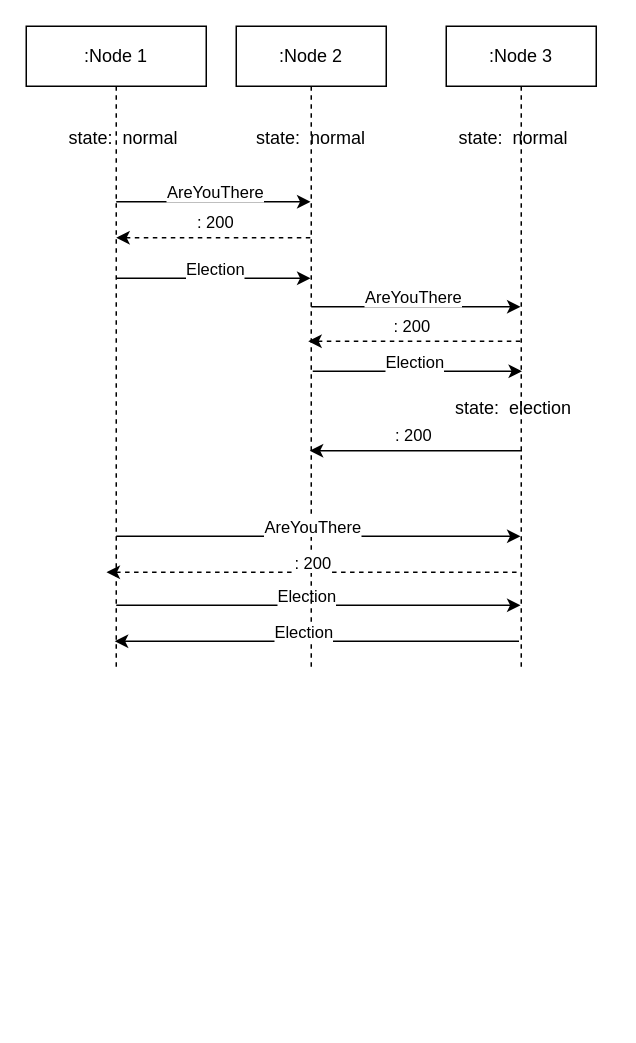
Before: page "sd-bully-algorithm" (2 of 3) of files/diagrams.drawio in mlRosenquist/au-distributed-and-pervasive-systems-grp5, a draw.io diagram. Source tidied: cells renumbered, new cells numbered last; positions are measured from the earlier drawing's top-left corner, leaving out a move shared by most shapes. Both pictures are drawn from the tidied source at 150%, with x=0, y=0 at pixel (26, 26).
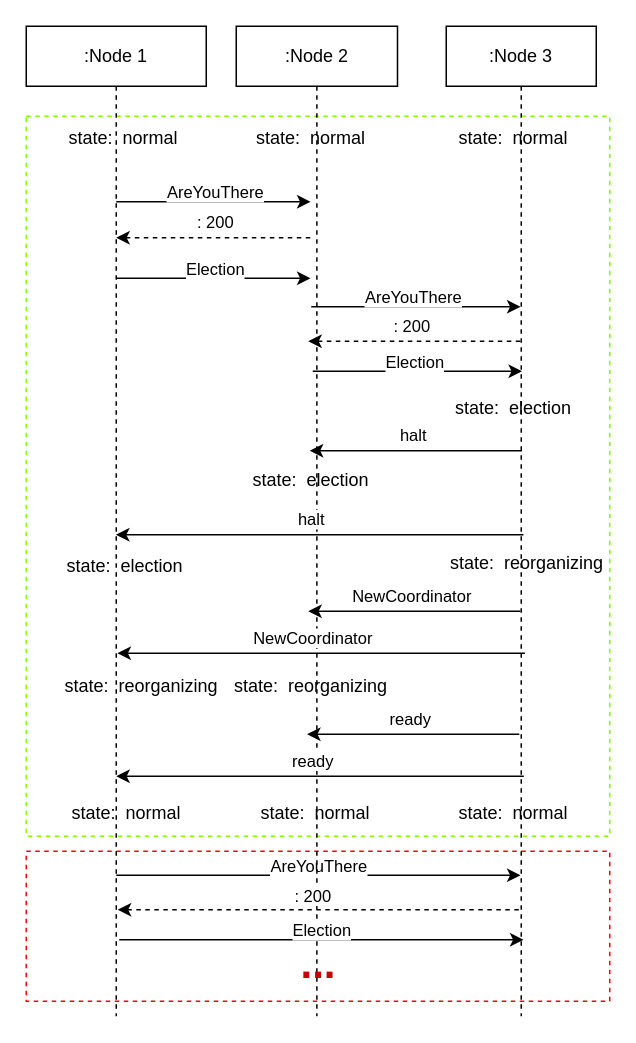
The same diagram, later.

Unchanged cells that the change refers to:
```xml
<mxCell id="29" style="endArrow=none;html=1;startArrow=classic;startFill=1;" parent="1" edge="1">
  <mxGeometry relative="1" as="geometry">
    <mxPoint x="189" y="283" as="sourcePoint" />
    <mxPoint x="330.5" y="283" as="targetPoint" />
  </mxGeometry>
</mxCell>
```

The edit, as a diff of the source:
```diff
@@
+    <mxCell id="31" style="rounded=0;whiteSpace=wrap;html=1;dashed=1;fillColor=none;strokeColor=#80FF00;" parent="1" vertex="1">
+      <mxGeometry y="60" width="389" height="480" as="geometry" />
+    </mxCell>
+    <mxCell id="32" style="rounded=0;whiteSpace=wrap;html=1;dashed=1;fillColor=none;strokeColor=#FF0000;" parent="1" vertex="1">
+      <mxGeometry y="550" width="389" height="100" as="geometry" />
+    </mxCell>
     <mxCell id="2" value=":Node 1" style="shape=umlLifeline;perimeter=lifelinePerimeter;whiteSpace=wrap;html=1;" parent="1" vertex="1">
-      <mxGeometry width="120" height="430" as="geometry" />
+      <mxGeometry width="120" height="660" as="geometry" />
     </mxCell>
@@
-    <mxCell id="6" style="endArrow=classic;html=1;" parent="2" edge="1">
-      <mxGeometry relative="1" as="geometry">
-        <mxPoint x="60" y="386" as="sourcePoint" />
-        <mxPoint x="329.5" y="386" as="targetPoint" />
-        <Array as="points">
-          <mxPoint x="290" y="386" />
-        </Array>
-      </mxGeometry>
-    </mxCell>
-    <mxCell id="7" value="Election" style="edgeLabel;html=1;align=center;verticalAlign=middle;" parent="6" vertex="1">
-      <mxGeometry x="-0.45" y="-2" relative="1" as="geometry">
-        <mxPoint x="52" y="-9" as="offset" />
-      </mxGeometry>
-    </mxCell>
+    <mxCell id="33" value="state:&amp;nbsp; reorganizing" style="text;html=1;strokeColor=none;fillColor=none;align=center;verticalAlign=middle;whiteSpace=wrap;rounded=0;" parent="2" vertex="1">
+      <mxGeometry x="22" y="425" width="110" height="30" as="geometry" />
+    </mxCell>
+    <mxCell id="34" style="endArrow=classic;html=1;" parent="2" edge="1">
+      <mxGeometry relative="1" as="geometry">
+        <mxPoint x="60" y="566" as="sourcePoint" />
+        <mxPoint x="329.5" y="566" as="targetPoint" />
+      </mxGeometry>
+    </mxCell>
+    <mxCell id="28" value="AreYouThere" style="edgeLabel;html=1;align=center;verticalAlign=middle;" parent="34" vertex="1">
+      <mxGeometry x="-0.45" y="-2" relative="1" as="geometry">
+        <mxPoint x="60" y="-9" as="offset" />
+      </mxGeometry>
+    </mxCell>
     <mxCell id="8" value=":Node 2" style="shape=umlLifeline;perimeter=lifelinePerimeter;whiteSpace=wrap;html=1;" parent="1" vertex="1">
-      <mxGeometry x="140" width="100" height="430" as="geometry" />
+      <mxGeometry x="140" width="107.5" height="660" as="geometry" />
     </mxCell>
@@
+    <mxCell id="35" style="endArrow=none;html=1;startArrow=classic;startFill=1;" parent="8" edge="1">
+      <mxGeometry relative="1" as="geometry">
+        <mxPoint x="-80.2" y="339" as="sourcePoint" />
+        <mxPoint x="191.5" y="339" as="targetPoint" />
+      </mxGeometry>
+    </mxCell>
+    <mxCell id="36" value="halt" style="edgeLabel;html=1;align=center;verticalAlign=middle;" parent="35" vertex="1">
+      <mxGeometry x="-0.36" y="-1" relative="1" as="geometry">
+        <mxPoint x="43" y="-12" as="offset" />
+      </mxGeometry>
+    </mxCell>
+    <mxCell id="37" value="state:&amp;nbsp; reorganizing" style="text;html=1;strokeColor=none;fillColor=none;align=center;verticalAlign=middle;whiteSpace=wrap;rounded=0;" parent="8" vertex="1">
+      <mxGeometry x="-5" y="425" width="110" height="30" as="geometry" />
+    </mxCell>
+    <mxCell id="38" value="state:&amp;nbsp; normal" style="text;html=1;strokeColor=none;fillColor=none;align=center;verticalAlign=middle;whiteSpace=wrap;rounded=0;" parent="8" vertex="1">
+      <mxGeometry x="-2.5" y="510" width="110" height="30" as="geometry" />
+    </mxCell>
     <mxCell id="12" value=":Node 3" style="shape=umlLifeline;perimeter=lifelinePerimeter;whiteSpace=wrap;html=1;outlineConnect=0;" parent="1" vertex="1">
-      <mxGeometry x="280" width="100" height="430" as="geometry" />
+      <mxGeometry x="280" width="100" height="660" as="geometry" />
     </mxCell>
@@
+    <mxCell id="39" value="state:&amp;nbsp; normal" style="text;html=1;strokeColor=none;fillColor=none;align=center;verticalAlign=middle;whiteSpace=wrap;rounded=0;" parent="12" vertex="1">
+      <mxGeometry x="-10" y="510" width="110" height="30" as="geometry" />
+    </mxCell>
@@
-    <mxCell id="19" style="endArrow=none;dashed=1;html=1;startArrow=classic;startFill=1;" parent="1" edge="1">
-      <mxGeometry relative="1" as="geometry">
-        <mxPoint x="53.5" y="364" as="sourcePoint" />
-        <mxPoint x="329.5" y="364" as="targetPoint" />
-      </mxGeometry>
-    </mxCell>
-    <mxCell id="20" value=": 200" style="edgeLabel;html=1;align=center;verticalAlign=middle;" parent="19" vertex="1">
-      <mxGeometry x="-0.36" y="-1" relative="1" as="geometry">
-        <mxPoint x="49" y="-8" as="offset" />
-      </mxGeometry>
-    </mxCell>
-    <mxCell id="21" style="endArrow=none;html=1;startArrow=classic;startFill=1;endFill=0;" parent="1" edge="1">
-      <mxGeometry relative="1" as="geometry">
-        <mxPoint x="59" y="410" as="sourcePoint" />
-        <mxPoint x="328.5" y="410" as="targetPoint" />
-        <Array as="points">
-          <mxPoint x="289" y="410" />
-        </Array>
-      </mxGeometry>
-    </mxCell>
-    <mxCell id="22" value="Election" style="edgeLabel;html=1;align=center;verticalAlign=middle;" parent="21" vertex="1">
-      <mxGeometry x="-0.45" y="-2" relative="1" as="geometry">
-        <mxPoint x="51" y="-9" as="offset" />
-      </mxGeometry>
-    </mxCell>
@@
-    <mxCell id="27" style="endArrow=classic;html=1;" parent="1" edge="1">
-      <mxGeometry relative="1" as="geometry">
-        <mxPoint x="60" y="340" as="sourcePoint" />
-        <mxPoint x="329.5" y="340" as="targetPoint" />
-      </mxGeometry>
-    </mxCell>
-    <mxCell id="28" value="AreYouThere" style="edgeLabel;html=1;align=center;verticalAlign=middle;" parent="27" vertex="1">
-      <mxGeometry x="-0.45" y="-2" relative="1" as="geometry">
-        <mxPoint x="56" y="-9" as="offset" />
-      </mxGeometry>
-    </mxCell>
@@
-    <mxCell id="30" value=": 200" style="edgeLabel;html=1;align=center;verticalAlign=middle;" parent="29" vertex="1">
+    <mxCell id="30" value="halt" style="edgeLabel;html=1;align=center;verticalAlign=middle;" parent="29" vertex="1">
       <mxGeometry x="-0.36" y="-1" relative="1" as="geometry">
         <mxPoint x="23" y="-12" as="offset" />
       </mxGeometry>
     </mxCell>
+    <mxCell id="40" value="state:&amp;nbsp; election" style="text;html=1;strokeColor=none;fillColor=none;align=center;verticalAlign=middle;whiteSpace=wrap;rounded=0;" parent="1" vertex="1">
+      <mxGeometry x="145" y="288" width="90" height="30" as="geometry" />
+    </mxCell>
+    <mxCell id="41" value="state:&amp;nbsp; election" style="text;html=1;strokeColor=none;fillColor=none;align=center;verticalAlign=middle;whiteSpace=wrap;rounded=0;" parent="1" vertex="1">
+      <mxGeometry x="21" y="345" width="90" height="30" as="geometry" />
+    </mxCell>
+    <mxCell id="42" value="state:&amp;nbsp; reorganizing" style="text;html=1;strokeColor=none;fillColor=none;align=center;verticalAlign=middle;whiteSpace=wrap;rounded=0;" parent="1" vertex="1">
+      <mxGeometry x="279" y="343" width="110" height="30" as="geometry" />
+    </mxCell>
+    <mxCell id="43" style="endArrow=none;html=1;startArrow=classic;startFill=1;" parent="1" edge="1">
+      <mxGeometry relative="1" as="geometry">
+        <mxPoint x="188" y="390" as="sourcePoint" />
+        <mxPoint x="329.5" y="390" as="targetPoint" />
+      </mxGeometry>
+    </mxCell>
+    <mxCell id="44" value="NewCoordinator" style="edgeLabel;html=1;align=center;verticalAlign=middle;" parent="43" vertex="1">
+      <mxGeometry x="-0.36" y="-1" relative="1" as="geometry">
+        <mxPoint x="23" y="-12" as="offset" />
+      </mxGeometry>
+    </mxCell>
+    <mxCell id="45" style="endArrow=none;html=1;startArrow=classic;startFill=1;" parent="1" edge="1">
+      <mxGeometry relative="1" as="geometry">
+        <mxPoint x="60.8" y="418" as="sourcePoint" />
+        <mxPoint x="332.5" y="418" as="targetPoint" />
+      </mxGeometry>
+    </mxCell>
+    <mxCell id="46" value="NewCoordinator" style="edgeLabel;html=1;align=center;verticalAlign=middle;" parent="45" vertex="1">
+      <mxGeometry x="-0.36" y="-1" relative="1" as="geometry">
+        <mxPoint x="43" y="-12" as="offset" />
+      </mxGeometry>
+    </mxCell>
+    <mxCell id="47" style="endArrow=none;html=1;startArrow=classic;startFill=1;" parent="1" edge="1">
+      <mxGeometry relative="1" as="geometry">
+        <mxPoint x="187.2" y="472" as="sourcePoint" />
+        <mxPoint x="328.7" y="472" as="targetPoint" />
+      </mxGeometry>
+    </mxCell>
+    <mxCell id="48" value="ready" style="edgeLabel;html=1;align=center;verticalAlign=middle;" parent="47" vertex="1">
+      <mxGeometry x="-0.36" y="-1" relative="1" as="geometry">
+        <mxPoint x="23" y="-12" as="offset" />
+      </mxGeometry>
+    </mxCell>
+    <mxCell id="49" style="endArrow=none;html=1;startArrow=classic;startFill=1;" parent="1" edge="1">
+      <mxGeometry relative="1" as="geometry">
+        <mxPoint x="60" y="500" as="sourcePoint" />
+        <mxPoint x="331.7" y="500" as="targetPoint" />
+      </mxGeometry>
+    </mxCell>
+    <mxCell id="50" value="ready" style="edgeLabel;html=1;align=center;verticalAlign=middle;" parent="49" vertex="1">
+      <mxGeometry x="-0.36" y="-1" relative="1" as="geometry">
+        <mxPoint x="43" y="-12" as="offset" />
+      </mxGeometry>
+    </mxCell>
+    <mxCell id="51" value="state:&amp;nbsp; normal" style="text;html=1;strokeColor=none;fillColor=none;align=center;verticalAlign=middle;whiteSpace=wrap;rounded=0;" parent="1" vertex="1">
+      <mxGeometry x="12" y="510" width="110" height="30" as="geometry" />
+    </mxCell>
+    <mxCell id="52" style="endArrow=none;dashed=1;html=1;startArrow=classic;startFill=1;" parent="1" edge="1">
+      <mxGeometry relative="1" as="geometry">
+        <mxPoint x="61" y="589" as="sourcePoint" />
+        <mxPoint x="329.5" y="589" as="targetPoint" />
+      </mxGeometry>
+    </mxCell>
+    <mxCell id="20" value=": 200" style="edgeLabel;html=1;align=center;verticalAlign=middle;" parent="52" vertex="1">
+      <mxGeometry x="-0.36" y="-1" relative="1" as="geometry">
+        <mxPoint x="43" y="-11" as="offset" />
+      </mxGeometry>
+    </mxCell>
+    <mxCell id="53" style="endArrow=classic;html=1;" parent="1" edge="1">
+      <mxGeometry relative="1" as="geometry">
+        <mxPoint x="62" y="609" as="sourcePoint" />
+        <mxPoint x="331.5" y="609" as="targetPoint" />
+      </mxGeometry>
+    </mxCell>
+    <mxCell id="54" value="Election" style="edgeLabel;html=1;align=center;verticalAlign=middle;" parent="53" vertex="1">
+      <mxGeometry x="-0.45" y="-2" relative="1" as="geometry">
+        <mxPoint x="60" y="-9" as="offset" />
+      </mxGeometry>
+    </mxCell>
+    <mxCell id="55" value="&lt;font color=&quot;#cc0000&quot; size=&quot;1&quot;&gt;&lt;b style=&quot;font-size: 28px&quot;&gt;...&lt;/b&gt;&lt;/font&gt;" style="text;html=1;strokeColor=none;fillColor=none;align=center;verticalAlign=middle;whiteSpace=wrap;rounded=0;dashed=1;" parent="1" vertex="1">
+      <mxGeometry x="164.5" y="610" width="60" height="30" as="geometry" />
+    </mxCell>
```
